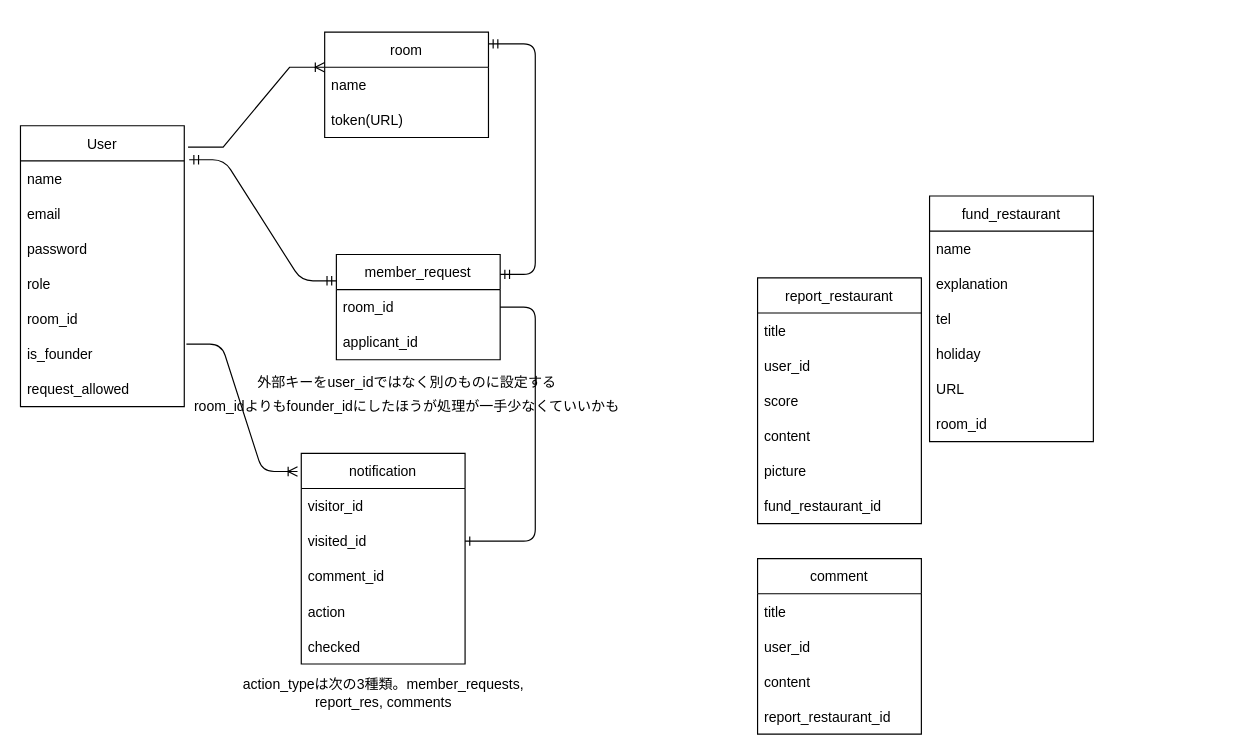
Above: ER_diagram.drawio in kashmii/favs_we_know (draw.io), before the change. Source tidied: cells renumbered, new cells numbered last; positions are measured from the earlier drawing's top-left corner, leaving out a move shared by most shapes. Both pictures are drawn from the tidied source at 117%, with x=0, y=0 at pixel (20, 32).
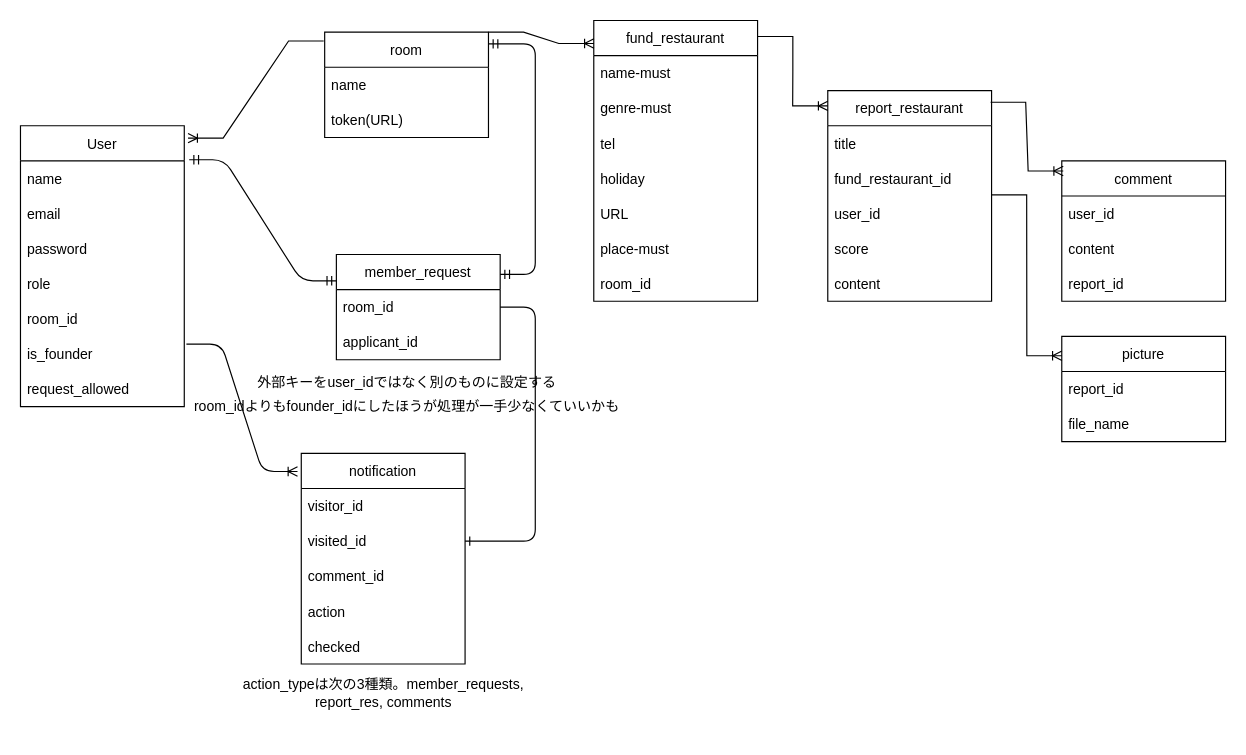
The same page after the edit.

Unchanged cells that the change refers to:
```xml
<mxCell id="2" value="room" style="swimlane;fontStyle=0;horizontal=1;startSize=30;" parent="1" vertex="1">
  <mxGeometry x="260" width="140" height="90" as="geometry" />
</mxCell>
<mxCell id="3" value="name" style="text;strokeColor=none;fillColor=none;align=left;verticalAlign=middle;spacingLeft=4;spacingRight=4;overflow=hidden;points=[[0,0.5],[1,0.5]];portConstraint=eastwest;" parent="2" vertex="1">
  <mxGeometry y="30" width="140" height="30" as="geometry" />
</mxCell>
<mxCell id="5" value="User" style="swimlane;fontStyle=0;horizontal=1;startSize=30;" parent="1" vertex="1">
  <mxGeometry y="80" width="140" height="240" as="geometry" />
</mxCell>
```

What changed in the source:
```diff
@@
     <mxCell id="13" value="fund_restaurant" style="swimlane;fontStyle=0;horizontal=1;startSize=30;" parent="1" vertex="1">
-      <mxGeometry x="777" y="140" width="140" height="210" as="geometry" />
+      <mxGeometry x="490" y="-10" width="140" height="240" as="geometry" />
     </mxCell>
-    <mxCell id="14" value="name" style="text;strokeColor=none;fillColor=none;align=left;verticalAlign=middle;spacingLeft=4;spacingRight=4;overflow=hidden;" parent="13" vertex="1">
+    <mxCell id="14" value="name-must" style="text;strokeColor=none;fillColor=none;align=left;verticalAlign=middle;spacingLeft=4;spacingRight=4;overflow=hidden;" parent="13" vertex="1">
       <mxGeometry y="30" width="140" height="30" as="geometry" />
     </mxCell>
-    <mxCell id="15" value="explanation" style="text;strokeColor=none;fillColor=none;align=left;verticalAlign=middle;spacingLeft=4;spacingRight=4;overflow=hidden;" parent="13" vertex="1">
+    <mxCell id="15" value="genre-must" style="text;strokeColor=none;fillColor=none;align=left;verticalAlign=middle;spacingLeft=4;spacingRight=4;overflow=hidden;" parent="13" vertex="1">
       <mxGeometry y="60" width="140" height="30" as="geometry" />
     </mxCell>
@@
-    <mxCell id="19" value="room_id" style="text;strokeColor=none;fillColor=none;align=left;verticalAlign=middle;spacingLeft=4;spacingRight=4;overflow=hidden;" parent="13" vertex="1">
+    <mxCell id="19" value="place-must" style="text;strokeColor=none;fillColor=none;align=left;verticalAlign=middle;spacingLeft=4;spacingRight=4;overflow=hidden;" parent="13" vertex="1">
       <mxGeometry y="180" width="140" height="30" as="geometry" />
     </mxCell>
+    <mxCell id="49" value="room_id" style="text;strokeColor=none;fillColor=none;align=left;verticalAlign=middle;spacingLeft=4;spacingRight=4;overflow=hidden;" parent="13" vertex="1">
+      <mxGeometry y="210" width="140" height="30" as="geometry" />
+    </mxCell>
@@
-    <mxCell id="26" style="edgeStyle=entityRelationEdgeStyle;fontSize=12;html=1;endArrow=ERoneToMany;rounded=0;exitX=1.023;exitY=0.076;exitDx=0;exitDy=0;entryX=0;entryY=0;entryDx=0;entryDy=0;entryPerimeter=0;exitPerimeter=0;" parent="1" edge="1" source="5" target="3">
+    <mxCell id="26" style="edgeStyle=entityRelationEdgeStyle;fontSize=12;html=1;endArrow=ERoneToMany;rounded=0;entryX=1.023;entryY=0.044;entryDx=0;entryDy=0;entryPerimeter=0;exitX=-0.006;exitY=0.084;exitDx=0;exitDy=0;exitPerimeter=0;" parent="1" edge="1" source="2" target="5">
       <mxGeometry relative="1" as="geometry" />
     </mxCell>
@@
     <mxCell id="36" value="comment" style="swimlane;fontStyle=0;horizontal=1;startSize=30;" parent="1" vertex="1">
-      <mxGeometry x="630" y="450" width="140" height="150" as="geometry" />
+      <mxGeometry x="890" y="110" width="140" height="120" as="geometry" />
     </mxCell>
-    <mxCell id="37" value="title" style="text;strokeColor=none;fillColor=none;align=left;verticalAlign=middle;spacingLeft=4;spacingRight=4;overflow=hidden;" parent="36" vertex="1">
-      <mxGeometry y="30" width="140" height="30" as="geometry" />
-    </mxCell>
     <mxCell id="38" value="user_id" style="text;strokeColor=none;fillColor=none;align=left;verticalAlign=middle;spacingLeft=4;spacingRight=4;overflow=hidden;" parent="36" vertex="1">
-      <mxGeometry y="60" width="140" height="30" as="geometry" />
+      <mxGeometry y="30" width="140" height="30" as="geometry" />
     </mxCell>
     <mxCell id="39" value="content" style="text;strokeColor=none;fillColor=none;align=left;verticalAlign=middle;spacingLeft=4;spacingRight=4;overflow=hidden;" parent="36" vertex="1">
-      <mxGeometry y="90" width="140" height="30" as="geometry" />
+      <mxGeometry y="60" width="140" height="30" as="geometry" />
     </mxCell>
-    <mxCell id="40" value="report_restaurant_id" style="text;strokeColor=none;fillColor=none;align=left;verticalAlign=middle;spacingLeft=4;spacingRight=4;overflow=hidden;" parent="36" vertex="1">
-      <mxGeometry y="120" width="140" height="30" as="geometry" />
+    <mxCell id="40" value="report_id" style="text;strokeColor=none;fillColor=none;align=left;verticalAlign=middle;spacingLeft=4;spacingRight=4;overflow=hidden;" parent="36" vertex="1">
+      <mxGeometry y="90" width="140" height="30" as="geometry" />
     </mxCell>
     <mxCell id="41" value="report_restaurant" style="swimlane;fontStyle=0;horizontal=1;startSize=30;" parent="1" vertex="1">
-      <mxGeometry x="630" y="210" width="140" height="210" as="geometry" />
+      <mxGeometry x="690" y="50" width="140" height="180" as="geometry" />
     </mxCell>
+    <mxCell id="50" style="edgeStyle=entityRelationEdgeStyle;fontSize=12;html=1;endArrow=ERoneToMany;rounded=0;entryX=1.023;entryY=0.044;entryDx=0;entryDy=0;entryPerimeter=0;exitX=1.001;exitY=0.057;exitDx=0;exitDy=0;exitPerimeter=0;" parent="41" edge="1" source="13">
+      <mxGeometry relative="1" as="geometry">
+        <mxPoint y="13" as="targetPoint" />
+      </mxGeometry>
+    </mxCell>
@@
+    <mxCell id="47" value="fund_restaurant_id" style="text;strokeColor=none;fillColor=none;align=left;verticalAlign=middle;spacingLeft=4;spacingRight=4;overflow=hidden;" parent="41" vertex="1">
+      <mxGeometry y="60" width="140" height="30" as="geometry" />
+    </mxCell>
     <mxCell id="43" value="user_id" style="text;strokeColor=none;fillColor=none;align=left;verticalAlign=middle;spacingLeft=4;spacingRight=4;overflow=hidden;" parent="41" vertex="1">
-      <mxGeometry y="60" width="140" height="30" as="geometry" />
+      <mxGeometry y="90" width="140" height="30" as="geometry" />
     </mxCell>
     <mxCell id="44" value="score" style="text;strokeColor=none;fillColor=none;align=left;verticalAlign=middle;spacingLeft=4;spacingRight=4;overflow=hidden;" parent="41" vertex="1">
-      <mxGeometry y="90" width="140" height="30" as="geometry" />
+      <mxGeometry y="120" width="140" height="30" as="geometry" />
     </mxCell>
     <mxCell id="45" value="content" style="text;strokeColor=none;fillColor=none;align=left;verticalAlign=middle;spacingLeft=4;spacingRight=4;overflow=hidden;" parent="41" vertex="1">
-      <mxGeometry y="120" width="140" height="30" as="geometry" />
+      <mxGeometry y="150" width="140" height="30" as="geometry" />
     </mxCell>
+    <mxCell id="48" value="action_typeは次の3種類。member_requests,&lt;br&gt;report_res, comments" style="text;html=1;align=center;verticalAlign=middle;strokeColor=none;fillColor=none;" parent="1" vertex="1">
+      <mxGeometry x="180" y="550" width="260" height="30" as="geometry" />
+    </mxCell>
+    <mxCell id="51" style="edgeStyle=entityRelationEdgeStyle;fontSize=12;html=1;endArrow=ERoneToMany;rounded=0;entryX=0.001;entryY=0.082;entryDx=0;entryDy=0;entryPerimeter=0;exitX=1;exitY=0;exitDx=0;exitDy=0;" parent="1" edge="1" source="2" target="13">
+      <mxGeometry relative="1" as="geometry" />
+    </mxCell>
+    <mxCell id="52" style="edgeStyle=entityRelationEdgeStyle;fontSize=12;html=1;endArrow=ERoneToMany;rounded=0;entryX=0.009;entryY=0.072;entryDx=0;entryDy=0;entryPerimeter=0;exitX=0.994;exitY=0.055;exitDx=0;exitDy=0;exitPerimeter=0;" parent="1" edge="1" source="41" target="36">
+      <mxGeometry relative="1" as="geometry" />
+    </mxCell>
-    <mxCell id="46" value="picture" style="text;strokeColor=none;fillColor=none;align=left;verticalAlign=middle;spacingLeft=4;spacingRight=4;overflow=hidden;points=[[0,0.5],[1,0.5]];portConstraint=eastwest;" parent="41" vertex="1">
-      <mxGeometry y="150" width="140" height="30" as="geometry" />
+    <mxCell id="46" value="picture" style="swimlane;fontStyle=0;horizontal=1;startSize=30;" parent="1" vertex="1">
+      <mxGeometry x="890" y="260" width="140" height="90" as="geometry" />
     </mxCell>
-    <mxCell id="47" value="fund_restaurant_id" style="text;strokeColor=none;fillColor=none;align=left;verticalAlign=middle;spacingLeft=4;spacingRight=4;overflow=hidden;" parent="41" vertex="1">
-      <mxGeometry y="180" width="140" height="30" as="geometry" />
-    </mxCell>
-    <mxCell id="48" value="action_typeは次の3種類。member_requests,&lt;br&gt;report_res, comments" style="text;html=1;align=center;verticalAlign=middle;strokeColor=none;fillColor=none;" parent="1" vertex="1">
-      <mxGeometry x="180" y="550" width="260" height="30" as="geometry" />
-    </mxCell>
+    <mxCell id="53" value="report_id" style="text;strokeColor=none;fillColor=none;align=left;verticalAlign=middle;spacingLeft=4;spacingRight=4;overflow=hidden;" parent="46" vertex="1">
+      <mxGeometry y="30" width="140" height="30" as="geometry" />
+    </mxCell>
+    <mxCell id="54" value="file_name" style="text;strokeColor=none;fillColor=none;align=left;verticalAlign=middle;spacingLeft=4;spacingRight=4;overflow=hidden;" parent="46" vertex="1">
+      <mxGeometry y="60" width="140" height="30" as="geometry" />
+    </mxCell>
+    <mxCell id="55" style="edgeStyle=entityRelationEdgeStyle;fontSize=12;html=1;endArrow=ERoneToMany;rounded=0;entryX=0.001;entryY=0.184;entryDx=0;entryDy=0;entryPerimeter=0;" parent="1" edge="1" target="46">
+      <mxGeometry relative="1" as="geometry">
+        <mxPoint x="830" y="139" as="sourcePoint" />
+      </mxGeometry>
+    </mxCell>
```
